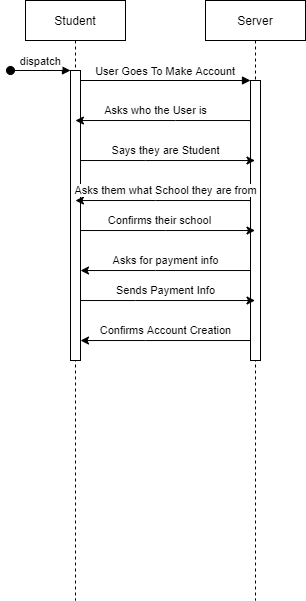
Hanandrof/Group-3-Repository keeps this draw.io diagram as Deliverables/Week_3/Use_Case/Coaches/Sequence Diagrams/User_Maintenance.png. Above is the earlier version. Source tidied: cells renumbered, new cells last; positions are measured from the earlier drawing's top-left corner, leaving out a move shared by most shapes. The source it was exported from:
```xml
<mxGraphModel>
  <root>
    <mxCell id="0" />
    <mxCell id="1" parent="0" />
    <mxCell id="2" value="Student" style="shape=umlLifeline;perimeter=lifelinePerimeter;rounded=0;shadow=0;strokeWidth=1;" parent="1" vertex="1">
      <mxGeometry x="15" width="100" height="600" as="geometry" />
    </mxCell>
    <mxCell id="3" style="points=[];perimeter=orthogonalPerimeter;rounded=0;shadow=0;strokeWidth=1;" parent="2" vertex="1">
      <mxGeometry x="45" y="70" width="10" height="290" as="geometry" />
    </mxCell>
    <mxCell id="4" value="dispatch" style="verticalAlign=bottom;startArrow=oval;endArrow=block;startSize=8;shadow=0;strokeWidth=1;" parent="2" edge="1" target="3">
      <mxGeometry relative="1" as="geometry">
        <mxPoint x="-15" y="70" as="sourcePoint" />
      </mxGeometry>
    </mxCell>
    <mxCell id="5" value="Server" style="shape=umlLifeline;perimeter=lifelinePerimeter;rounded=0;shadow=0;strokeWidth=1;" parent="1" vertex="1">
      <mxGeometry x="195" width="100" height="600" as="geometry" />
    </mxCell>
    <mxCell id="6" style="points=[];perimeter=orthogonalPerimeter;rounded=0;shadow=0;strokeWidth=1;" parent="5" vertex="1">
      <mxGeometry x="45" y="80" width="10" height="280" as="geometry" />
    </mxCell>
    <mxCell id="7" value="User Goes To Make Account" style="verticalAlign=bottom;endArrow=block;entryX=0;entryY=0;shadow=0;strokeWidth=1;" parent="1" edge="1" source="3" target="6">
      <mxGeometry relative="1" as="geometry" />
    </mxCell>
    <mxCell id="8" value="Asks who the User is" style="edgeStyle=orthogonalEdgeStyle;rounded=0;jettySize=auto;html=1;" parent="1" edge="1" source="6" target="2">
      <mxGeometry x="0.09" y="-10" relative="1" as="geometry">
        <Array as="points">
          <mxPoint x="165" y="120" />
          <mxPoint x="165" y="120" />
        </Array>
      </mxGeometry>
    </mxCell>
    <mxCell id="9" style="edgeStyle=orthogonalEdgeStyle;rounded=0;jettySize=auto;html=1;" parent="1" edge="1" source="3" target="5">
      <mxGeometry relative="1" as="geometry">
        <Array as="points">
          <mxPoint x="135" y="160" />
          <mxPoint x="135" y="160" />
        </Array>
      </mxGeometry>
    </mxCell>
    <mxCell id="10" value="Says they are Student" style="edgeLabel;html=1;align=center;verticalAlign=middle;" parent="9" vertex="1">
      <mxGeometry x="-0.07" y="-1" relative="1" as="geometry">
        <mxPoint x="3.9" y="-11" as="offset" />
      </mxGeometry>
    </mxCell>
    <mxCell id="11" value="Asks them what School they are from" style="edgeStyle=orthogonalEdgeStyle;rounded=0;jettySize=auto;html=1;" parent="1" edge="1" source="6" target="2">
      <mxGeometry x="-0.03" y="-10" relative="1" as="geometry">
        <Array as="points">
          <mxPoint x="145" y="200" />
          <mxPoint x="145" y="200" />
        </Array>
      </mxGeometry>
    </mxCell>
    <mxCell id="12" style="edgeStyle=orthogonalEdgeStyle;rounded=0;jettySize=auto;html=1;" parent="1" edge="1" source="3" target="5">
      <mxGeometry relative="1" as="geometry">
        <Array as="points">
          <mxPoint x="155" y="230" />
          <mxPoint x="155" y="230" />
        </Array>
      </mxGeometry>
    </mxCell>
    <mxCell id="13" value="Confirms their school" style="edgeLabel;html=1;align=center;verticalAlign=middle;" parent="12" vertex="1">
      <mxGeometry x="-0.1" y="2" relative="1" as="geometry">
        <mxPoint y="-8" as="offset" />
      </mxGeometry>
    </mxCell>
    <mxCell id="14" style="edgeStyle=orthogonalEdgeStyle;rounded=0;jettySize=auto;html=1;" parent="1" edge="1" source="6" target="3">
      <mxGeometry relative="1" as="geometry">
        <Array as="points">
          <mxPoint x="145" y="270" />
          <mxPoint x="145" y="270" />
        </Array>
      </mxGeometry>
    </mxCell>
    <mxCell id="15" value="Asks for payment info" style="edgeLabel;html=1;align=center;verticalAlign=middle;" parent="14" vertex="1">
      <mxGeometry x="0.12" y="1" relative="1" as="geometry">
        <mxPoint x="9.9" y="-11" as="offset" />
      </mxGeometry>
    </mxCell>
    <mxCell id="16" style="edgeStyle=orthogonalEdgeStyle;rounded=0;jettySize=auto;html=1;" parent="1" edge="1" source="3" target="5">
      <mxGeometry relative="1" as="geometry">
        <Array as="points">
          <mxPoint x="125" y="300" />
          <mxPoint x="125" y="300" />
        </Array>
      </mxGeometry>
    </mxCell>
    <mxCell id="17" value="Sends Payment Info" style="edgeLabel;html=1;align=center;verticalAlign=middle;" parent="16" vertex="1">
      <mxGeometry x="-0.08" relative="1" as="geometry">
        <mxPoint x="5" y="-10" as="offset" />
      </mxGeometry>
    </mxCell>
    <mxCell id="18" style="edgeStyle=orthogonalEdgeStyle;rounded=0;jettySize=auto;html=1;" parent="1" edge="1" source="6" target="3">
      <mxGeometry relative="1" as="geometry">
        <Array as="points">
          <mxPoint x="135" y="340" />
          <mxPoint x="135" y="340" />
        </Array>
      </mxGeometry>
    </mxCell>
    <mxCell id="19" value="Confirms Account Creation" style="edgeLabel;html=1;align=center;verticalAlign=middle;" parent="18" vertex="1">
      <mxGeometry x="0.17" relative="1" as="geometry">
        <mxPoint x="14.4" y="-10" as="offset" />
      </mxGeometry>
    </mxCell>
  </root>
</mxGraphModel>
```
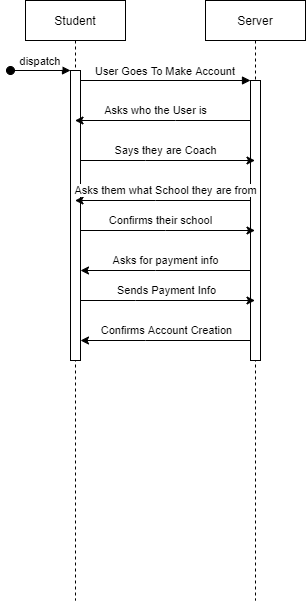
After the change.

The edit, as a diff of the source:
```diff
@@ -38,7 +38,7 @@
         </Array>
       </mxGeometry>
     </mxCell>
-    <mxCell id="10" value="Says they are Student" style="edgeLabel;html=1;align=center;verticalAlign=middle;" parent="9" vertex="1">
+    <mxCell id="10" value="Says they are Coach" style="edgeLabel;html=1;align=center;verticalAlign=middle;" parent="9" vertex="1">
       <mxGeometry x="-0.07" y="-1" relative="1" as="geometry">
         <mxPoint x="3.9" y="-11" as="offset" />
       </mxGeometry>
```
